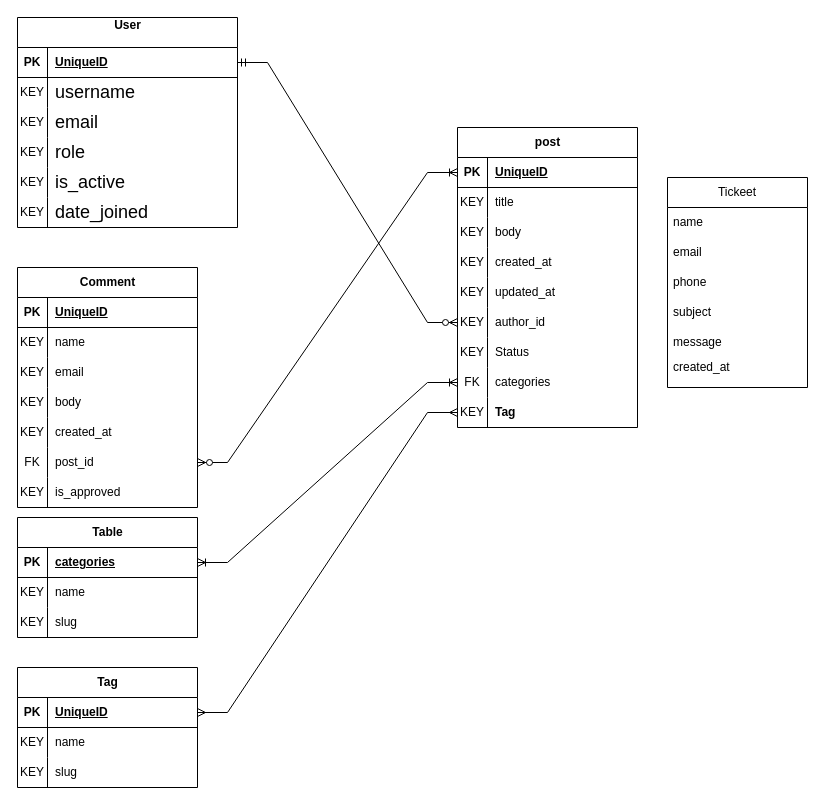
Rezanikmanesh-79/weblog keeps this draw.io diagram as ERD Diagram.drawio. Above is the earlier version. Source tidied: cells renumbered, new cells numbered last; positions are measured from the earlier drawing's top-left corner, leaving out a move shared by most shapes. Both pictures are drawn from the tidied source at 100%, with x=0, y=0 at pixel (17, 17).
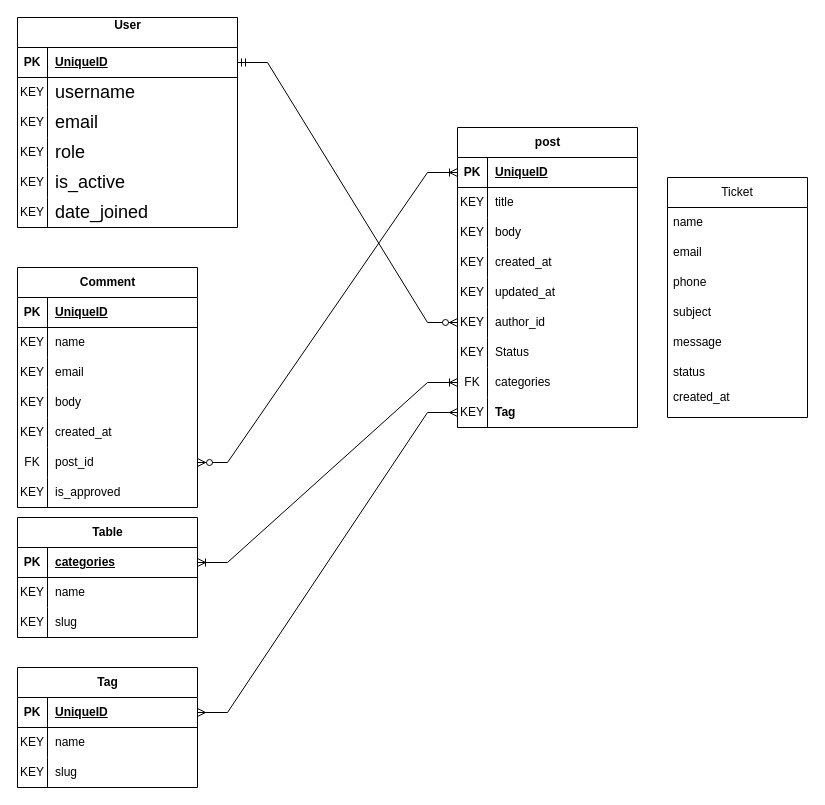
The same page after the edit.

Diff of the diagram source:
```diff
@@
-    <mxCell id="95" value="Tickeet" style="swimlane;fontStyle=0;horizontal=1;startSize=30;whiteSpace=wrap;html=1;" parent="1" vertex="1">
-      <mxGeometry x="650" y="160" width="140" height="210" as="geometry" />
+    <mxCell id="95" value="Ticket" style="swimlane;fontStyle=0;horizontal=1;startSize=30;whiteSpace=wrap;html=1;" parent="1" vertex="1">
+      <mxGeometry x="650" y="160" width="140" height="240" as="geometry" />
     </mxCell>
@@
+    <mxCell id="102" value="status" style="text;strokeColor=none;fillColor=none;align=left;verticalAlign=middle;spacingLeft=4;spacingRight=4;overflow=hidden;whiteSpace=wrap;html=1;" parent="95" vertex="1">
+      <mxGeometry y="180" width="140" height="30" as="geometry" />
+    </mxCell>
     <mxCell id="101" value="&lt;div&gt;created_at&lt;/div&gt;&lt;div&gt;&lt;br&gt;&lt;/div&gt;" style="text;strokeColor=none;fillColor=none;align=left;verticalAlign=middle;spacingLeft=4;spacingRight=4;overflow=hidden;whiteSpace=wrap;html=1;" parent="95" vertex="1">
-      <mxGeometry y="180" width="140" height="30" as="geometry" />
+      <mxGeometry y="210" width="140" height="30" as="geometry" />
     </mxCell>
```
